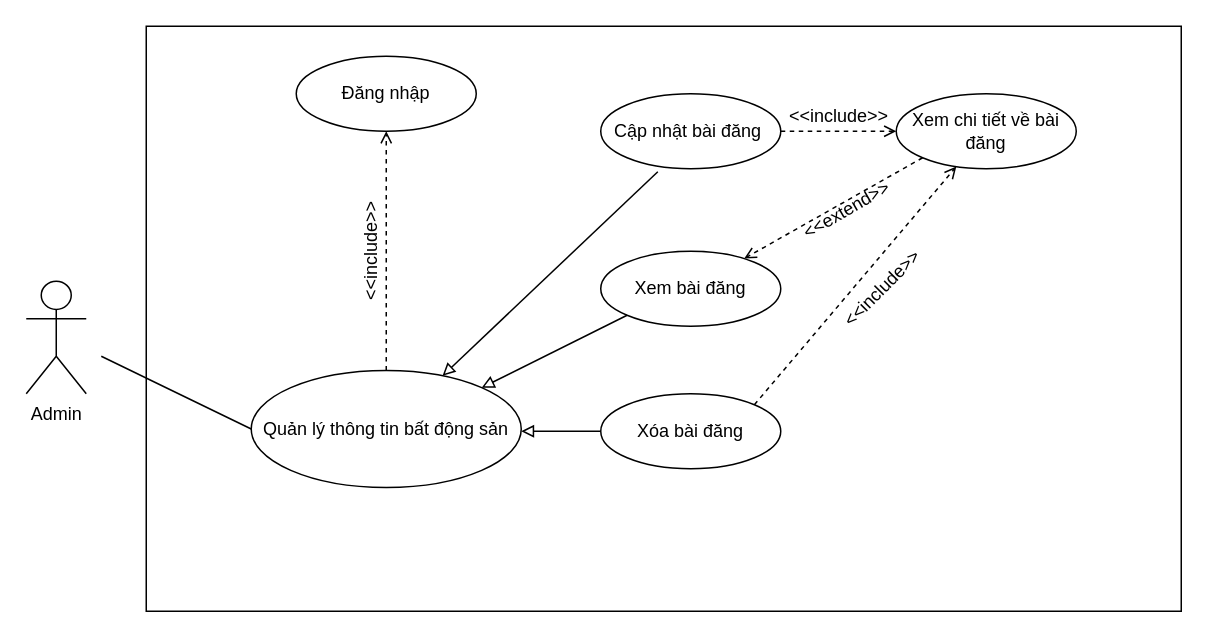
Above: QLBDS.drawio in lecamit83/HTTT (draw.io), before the change. Source tidied: cells renumbered, new cells numbered last; positions are measured from the earlier drawing's top-left corner, leaving out a move shared by most shapes. Both pictures are drawn from the tidied source at 150%, with x=0, y=0 at pixel (26, 26).
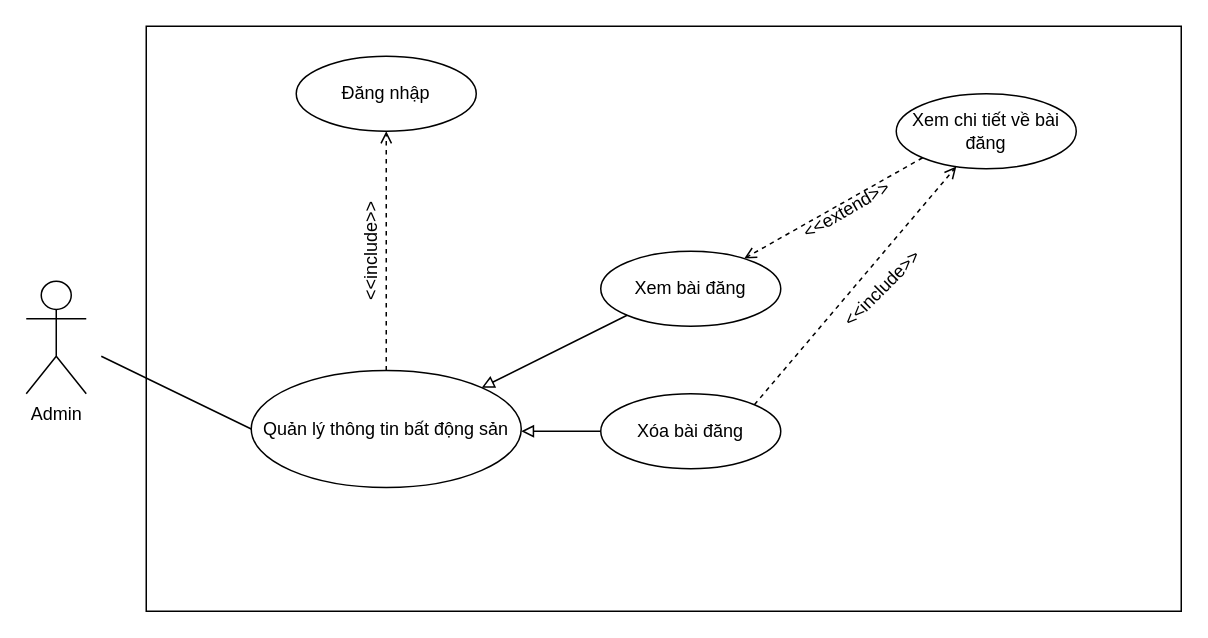
The same page after the edit.

The change refers to these unchanged cells:
```xml
<mxCell id="4" value="Quản lý thông tin bất động sản" style="ellipse;whiteSpace=wrap;html=1;" parent="1" vertex="1">
  <mxGeometry x="150" y="229.5" width="180" height="78" as="geometry" />
</mxCell>
<mxCell id="13" value="Xem chi tiết về bài đăng" style="ellipse;whiteSpace=wrap;html=1;" parent="1" vertex="1">
  <mxGeometry x="580" y="45" width="120" height="50" as="geometry" />
</mxCell>
```

Change to the diagram source:
```diff
@@
-    <mxCell id="5" value="Cập nhật bài đăng&amp;nbsp;" style="ellipse;whiteSpace=wrap;html=1;" parent="1" vertex="1">
-      <mxGeometry x="383" y="45" width="120" height="50" as="geometry" />
-    </mxCell>
@@
-    <mxCell id="10" style="endArrow=block;html=1;endFill=0;exitX=0.317;exitY=1.04;exitDx=0;exitDy=0;exitPerimeter=0;" parent="1" edge="1" source="5" target="4">
-      <mxGeometry relative="1" as="geometry" />
-    </mxCell>
@@
-    <mxCell id="16" style="endArrow=open;dashed=1;html=1;endFill=0;exitX=1;exitY=0.5;exitDx=0;exitDy=0;entryX=0;entryY=0.5;entryDx=0;entryDy=0;" parent="1" edge="1" source="5" target="13">
-      <mxGeometry relative="1" as="geometry" />
-    </mxCell>
-    <mxCell id="17" value="&amp;lt;&amp;lt;include&amp;gt;&amp;gt;" style="text;html=1;strokeColor=none;fillColor=none;align=center;verticalAlign=middle;whiteSpace=wrap;rounded=0;rotation=0;" parent="1" vertex="1">
-      <mxGeometry x="521.5" y="50" width="40" height="20" as="geometry" />
-    </mxCell>
```
